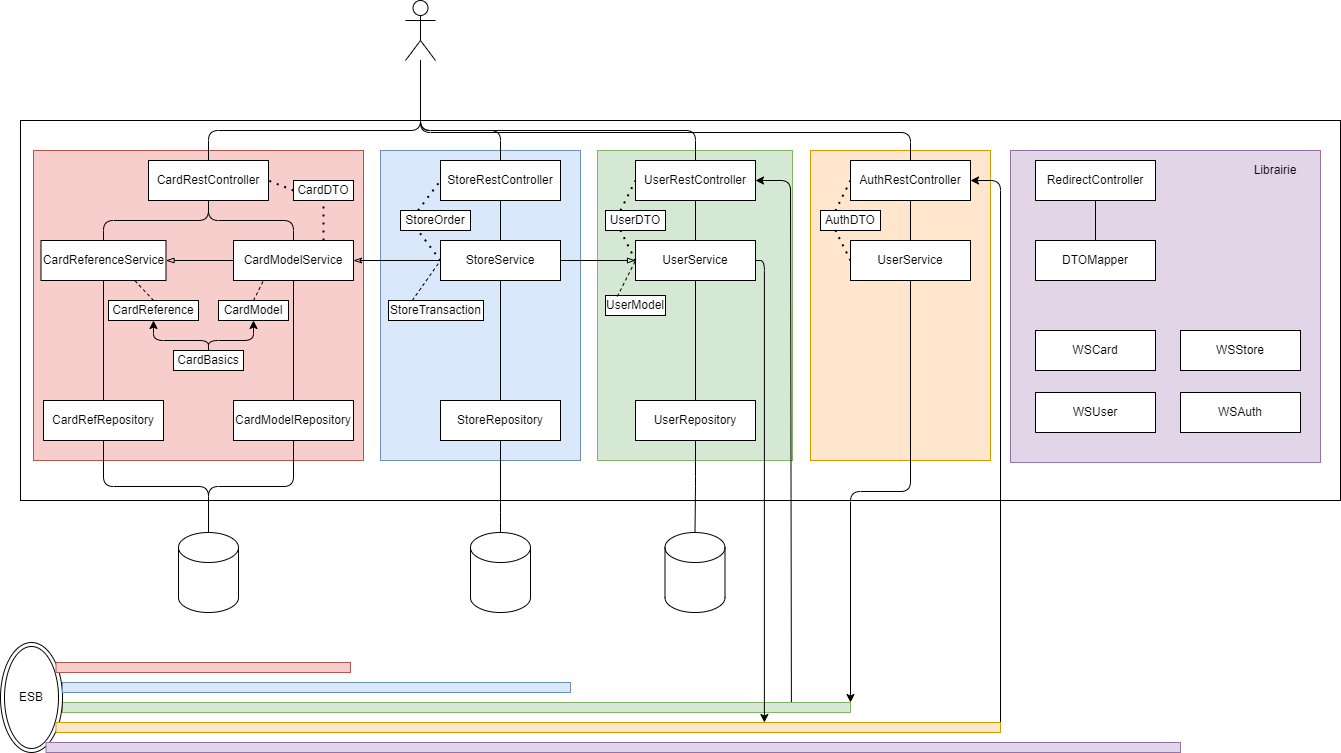
Before: Archi_monolith.drawio.png, a diagram exported from draw.io (EnzoLouni/ASI-II-Groupe1). Source tidied: cells renumbered, new cells last; positions are measured from the earlier drawing's top-left corner, leaving out a move shared by most shapes.
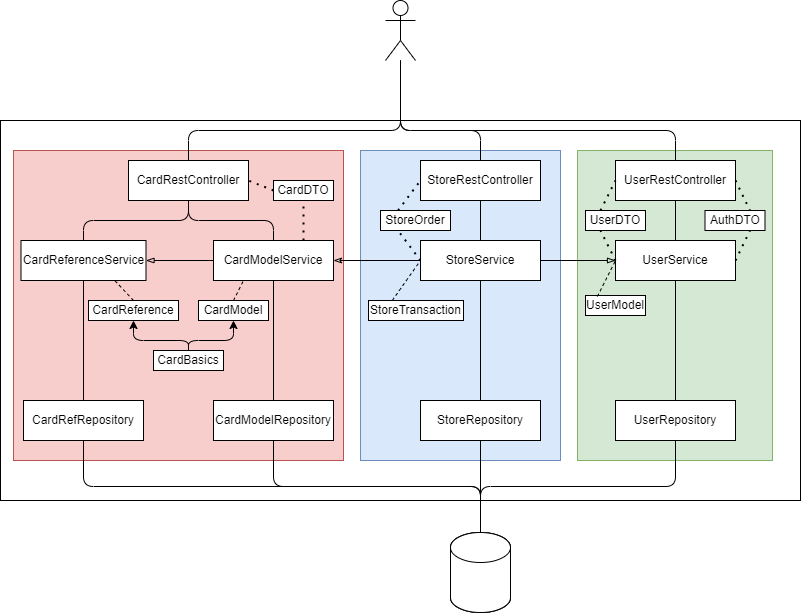
The same file after the commit.

Commit message:
Mettre à jour Archi_monolith.drawio.png

Diff of the diagram source:
```diff
@@ -2,15 +2,9 @@
   <root>
     <mxCell id="0" />
     <mxCell id="1" parent="0" />
-    <mxCell id="2" style="rounded=0;whiteSpace=wrap;html=1;fillColor=#d5e8d4;strokeColor=#82b366;" parent="1" vertex="1">
-      <mxGeometry x="62" y="702" width="788" height="10" as="geometry" />
-    </mxCell>
     <mxCell id="3" style="rounded=0;whiteSpace=wrap;html=1;align=left;" parent="1" vertex="1">
-      <mxGeometry x="20" y="120" width="1320" height="380" as="geometry" />
+      <mxGeometry x="20" y="120" width="800" height="380" as="geometry" />
     </mxCell>
-    <mxCell id="4" style="rounded=0;whiteSpace=wrap;html=1;fillColor=#ffe6cc;strokeColor=#d79b00;" parent="1" vertex="1">
-      <mxGeometry x="810" y="150" width="180" height="310" as="geometry" />
-    </mxCell>
     <mxCell id="5" style="rounded=0;whiteSpace=wrap;html=1;fillColor=#d5e8d4;strokeColor=#82b366;" parent="1" vertex="1">
       <mxGeometry x="597" y="150" width="195" height="310" as="geometry" />
     </mxCell>
@@ -69,7 +63,7 @@
       <mxGeometry x="233" y="400" width="120" height="40" as="geometry" />
     </mxCell>
     <mxCell id="19" style="shape=cylinder3;whiteSpace=wrap;html=1;boundedLbl=1;backgroundOutline=1;size=15;" parent="1" vertex="1">
-      <mxGeometry x="178" y="532" width="60" height="80" as="geometry" />
+      <mxGeometry x="470" y="532" width="60" height="80" as="geometry" />
     </mxCell>
     <mxCell id="20" style="edgeStyle=orthogonalEdgeStyle;rounded=1;jettySize=auto;html=1;exitX=0.5;exitY=0;exitDx=0;exitDy=0;endArrow=none;endFill=0;entryX=0.5;entryY=1;entryDx=0;entryDy=0;" parent="1" edge="1" source="22" target="10">
       <mxGeometry relative="1" as="geometry">
@@ -101,7 +95,7 @@
       <mxGeometry x="605" y="210" width="60" height="20" as="geometry" />
     </mxCell>
     <mxCell id="28" value="AuthDTO" style="rounded=0;whiteSpace=wrap;html=1;" parent="1" vertex="1">
-      <mxGeometry x="820" y="210" width="60" height="20" as="geometry" />
+      <mxGeometry x="724.5" y="210" width="60" height="20" as="geometry" />
     </mxCell>
     <mxCell id="29" value="CardDTO" style="rounded=0;whiteSpace=wrap;html=1;" parent="1" vertex="1">
       <mxGeometry x="293" y="180" width="60" height="20" as="geometry" />
@@ -179,13 +173,6 @@
     <mxCell id="50" style="edgeStyle=orthogonalEdgeStyle;rounded=0;jettySize=auto;html=1;exitX=0.5;exitY=1;exitDx=0;exitDy=0;entryX=0.5;entryY=0;entryDx=0;entryDy=0;endArrow=none;endFill=0;" parent="1" edge="1" source="52" target="54">
       <mxGeometry relative="1" as="geometry" />
     </mxCell>
-    <mxCell id="51" style="edgeStyle=orthogonalEdgeStyle;rounded=1;jettySize=auto;html=1;exitX=1;exitY=0.5;exitDx=0;exitDy=0;entryX=0.75;entryY=0;entryDx=0;entryDy=0;" parent="1" edge="1" source="52" target="81">
-      <mxGeometry relative="1" as="geometry">
-        <Array as="points">
-          <mxPoint x="764" y="260" />
-        </Array>
-      </mxGeometry>
-    </mxCell>
     <mxCell id="52" value="UserService" style="rounded=0;whiteSpace=wrap;html=1;" parent="1" vertex="1">
       <mxGeometry x="635" y="240" width="120" height="40" as="geometry" />
     </mxCell>
@@ -201,10 +188,10 @@
     <mxCell id="56" style="endArrow=none;dashed=1;html=1;dashPattern=1 3;strokeWidth=2;rounded=0;entryX=0.25;entryY=1;entryDx=0;entryDy=0;exitX=0;exitY=0.5;exitDx=0;exitDy=0;" parent="1" edge="1" source="52" target="27">
       <mxGeometry relative="1" as="geometry" />
     </mxCell>
-    <mxCell id="57" style="endArrow=none;dashed=1;html=1;dashPattern=1 3;strokeWidth=2;rounded=0;exitX=0;exitY=0.5;exitDx=0;exitDy=0;entryX=0.25;entryY=1;entryDx=0;entryDy=0;" parent="1" edge="1" source="68" target="28">
+    <mxCell id="57" style="endArrow=none;dashed=1;html=1;dashPattern=1 3;strokeWidth=2;rounded=0;exitX=1;exitY=0.5;exitDx=0;exitDy=0;entryX=0.75;entryY=1;entryDx=0;entryDy=0;" parent="1" edge="1" source="52" target="28">
       <mxGeometry relative="1" as="geometry" />
     </mxCell>
-    <mxCell id="58" style="endArrow=none;dashed=1;html=1;dashPattern=1 3;strokeWidth=2;rounded=0;exitX=0;exitY=0.5;exitDx=0;exitDy=0;entryX=0.25;entryY=0;entryDx=0;entryDy=0;" parent="1" edge="1" source="66" target="28">
+    <mxCell id="58" style="endArrow=none;dashed=1;html=1;dashPattern=1 3;strokeWidth=2;rounded=0;exitX=1;exitY=0.5;exitDx=0;exitDy=0;entryX=0.75;entryY=0;entryDx=0;entryDy=0;" parent="1" edge="1" source="16" target="28">
       <mxGeometry relative="1" as="geometry" />
     </mxCell>
     <mxCell id="59" style="endArrow=none;dashed=1;html=1;rounded=0;entryX=0;entryY=0.5;entryDx=0;entryDy=0;exitX=0.198;exitY=0.05;exitDx=0;exitDy=0;exitPerimeter=0;" parent="1" edge="1" source="53" target="52">
@@ -227,88 +214,11 @@
     <mxCell id="63" style="rounded=0;whiteSpace=wrap;html=1;strokeColor=none;" parent="1" vertex="1">
       <mxGeometry x="30" y="130" width="48" height="10" as="geometry" />
     </mxCell>
-    <mxCell id="64" style="edgeStyle=orthogonalEdgeStyle;rounded=0;jettySize=auto;html=1;exitX=0.5;exitY=1;exitDx=0;exitDy=0;endArrow=none;endFill=0;" parent="1" edge="1" source="66" target="68">
-      <mxGeometry relative="1" as="geometry" />
-    </mxCell>
-    <mxCell id="65" style="edgeStyle=orthogonalEdgeStyle;rounded=1;jettySize=auto;html=1;exitX=0.5;exitY=0;exitDx=0;exitDy=0;endArrow=none;endFill=0;" parent="1" edge="1" source="66" target="8">
-      <mxGeometry relative="1" as="geometry">
-        <Array as="points">
-          <mxPoint x="910" y="132" />
-          <mxPoint x="420" y="132" />
-        </Array>
-      </mxGeometry>
-    </mxCell>
-    <mxCell id="66" value="AuthRestController" style="rounded=0;whiteSpace=wrap;html=1;" parent="1" vertex="1">
-      <mxGeometry x="850" y="160" width="120" height="40" as="geometry" />
-    </mxCell>
-    <mxCell id="67" style="edgeStyle=orthogonalEdgeStyle;rounded=1;jettySize=auto;html=1;exitX=0.5;exitY=1;exitDx=0;exitDy=0;entryX=1;entryY=0;entryDx=0;entryDy=0;" parent="1" edge="1" source="68" target="2">
-      <mxGeometry relative="1" as="geometry" />
-    </mxCell>
-    <mxCell id="68" value="UserService" style="rounded=0;whiteSpace=wrap;html=1;" parent="1" vertex="1">
-      <mxGeometry x="850" y="240" width="120" height="40" as="geometry" />
-    </mxCell>
     <mxCell id="69" style="shape=cylinder3;whiteSpace=wrap;html=1;boundedLbl=1;backgroundOutline=1;size=15;" parent="1" vertex="1">
       <mxGeometry x="470" y="532" width="60" height="80" as="geometry" />
     </mxCell>
     <mxCell id="70" style="shape=cylinder3;whiteSpace=wrap;html=1;boundedLbl=1;backgroundOutline=1;size=15;" parent="1" vertex="1">
-      <mxGeometry x="664.5" y="532" width="60" height="80" as="geometry" />
+      <mxGeometry x="470" y="532" width="60" height="80" as="geometry" />
     </mxCell>
-    <mxCell id="71" style="rounded=0;whiteSpace=wrap;html=1;fillColor=#e1d5e7;strokeColor=#9673a6;" parent="1" vertex="1">
-      <mxGeometry x="1010" y="150" width="310" height="312" as="geometry" />
-    </mxCell>
-    <mxCell id="72" style="edgeStyle=orthogonalEdgeStyle;rounded=0;jettySize=auto;html=1;exitX=0.5;exitY=1;exitDx=0;exitDy=0;endArrow=none;endFill=0;" parent="1" edge="1" source="73" target="74">
-      <mxGeometry relative="1" as="geometry" />
-    </mxCell>
-    <mxCell id="73" value="RedirectController" style="rounded=0;whiteSpace=wrap;html=1;" parent="1" vertex="1">
-      <mxGeometry x="1035" y="160" width="120" height="40" as="geometry" />
-    </mxCell>
-    <mxCell id="74" value="DTOMapper" style="rounded=0;whiteSpace=wrap;html=1;" parent="1" vertex="1">
-      <mxGeometry x="1035" y="240" width="120" height="40" as="geometry" />
-    </mxCell>
-    <mxCell id="75" value="ESB" style="ellipse;shape=doubleEllipse;whiteSpace=wrap;html=1;" parent="1" vertex="1">
-      <mxGeometry y="642" width="62" height="110" as="geometry" />
-    </mxCell>
-    <mxCell id="76" style="rounded=0;whiteSpace=wrap;html=1;fillColor=#e1d5e7;strokeColor=#9673a6;" parent="1" vertex="1">
-      <mxGeometry x="45.5" y="742" width="1134.5" height="10" as="geometry" />
-    </mxCell>
-    <mxCell id="77" style="rounded=0;whiteSpace=wrap;html=1;fillColor=#f8cecc;strokeColor=#b85450;" parent="1" vertex="1">
-      <mxGeometry x="55.5" y="662" width="294.5" height="10" as="geometry" />
-    </mxCell>
-    <mxCell id="78" style="rounded=0;whiteSpace=wrap;html=1;fillColor=#dae8fc;strokeColor=#6c8ebf;" parent="1" vertex="1">
-      <mxGeometry x="62" y="682" width="508" height="10" as="geometry" />
-    </mxCell>
-    <mxCell id="79" style="edgeStyle=orthogonalEdgeStyle;rounded=1;jettySize=auto;html=1;exitX=0.925;exitY=-0.1;exitDx=0;exitDy=0;entryX=1;entryY=0.5;entryDx=0;entryDy=0;exitPerimeter=0;" parent="1" edge="1" source="2" target="16">
-      <mxGeometry relative="1" as="geometry">
-        <Array as="points">
-          <mxPoint x="791" y="702" />
-          <mxPoint x="790" y="180" />
-        </Array>
-      </mxGeometry>
-    </mxCell>
-    <mxCell id="80" style="edgeStyle=orthogonalEdgeStyle;rounded=1;jettySize=auto;html=1;exitX=1;exitY=0;exitDx=0;exitDy=0;entryX=1;entryY=0.5;entryDx=0;entryDy=0;" parent="1" edge="1" source="81" target="66">
-      <mxGeometry relative="1" as="geometry">
-        <Array as="points">
-          <mxPoint x="1000" y="180" />
-        </Array>
-      </mxGeometry>
-    </mxCell>
-    <mxCell id="81" style="rounded=0;whiteSpace=wrap;html=1;fillColor=#ffe6cc;strokeColor=#d79b00;" parent="1" vertex="1">
-      <mxGeometry x="55.5" y="722" width="944.5" height="10" as="geometry" />
-    </mxCell>
-    <mxCell id="82" value="WSCard" style="rounded=0;whiteSpace=wrap;html=1;" parent="1" vertex="1">
-      <mxGeometry x="1035" y="330" width="120" height="40" as="geometry" />
-    </mxCell>
-    <mxCell id="83" value="WSUser" style="rounded=0;whiteSpace=wrap;html=1;" parent="1" vertex="1">
-      <mxGeometry x="1035" y="392" width="120" height="40" as="geometry" />
-    </mxCell>
-    <mxCell id="84" value="WSAuth" style="rounded=0;whiteSpace=wrap;html=1;" parent="1" vertex="1">
-      <mxGeometry x="1180" y="392" width="120" height="40" as="geometry" />
-    </mxCell>
-    <mxCell id="85" value="WSStore" style="rounded=0;whiteSpace=wrap;html=1;" parent="1" vertex="1">
-      <mxGeometry x="1180" y="330" width="120" height="40" as="geometry" />
-    </mxCell>
-    <mxCell id="86" value="Librairie" style="rounded=0;whiteSpace=wrap;html=1;fillColor=#e1d5e7;strokeColor=none;" parent="1" vertex="1">
-      <mxGeometry x="1250" y="160" width="50" height="20" as="geometry" />
-    </mxCell>
   </root>
 </mxGraphModel>
```
